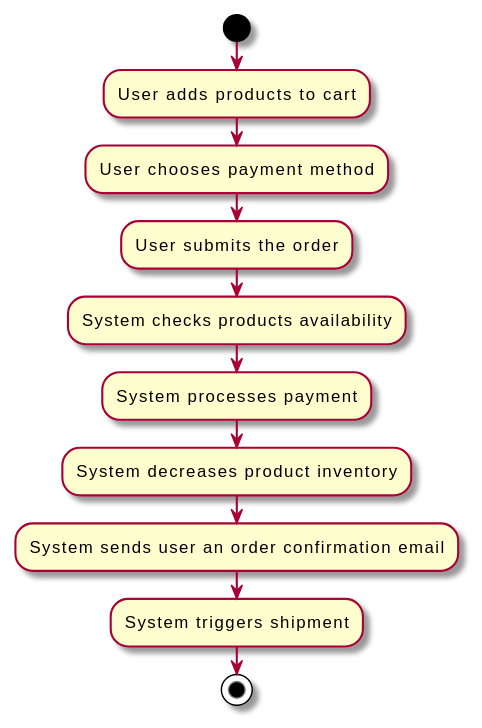
Before: public/images/posts/awesome-backend/happy-checkout-flow-chart.svg, a diagram exported from PlantUML (viniciusvasti/my-personal-website).
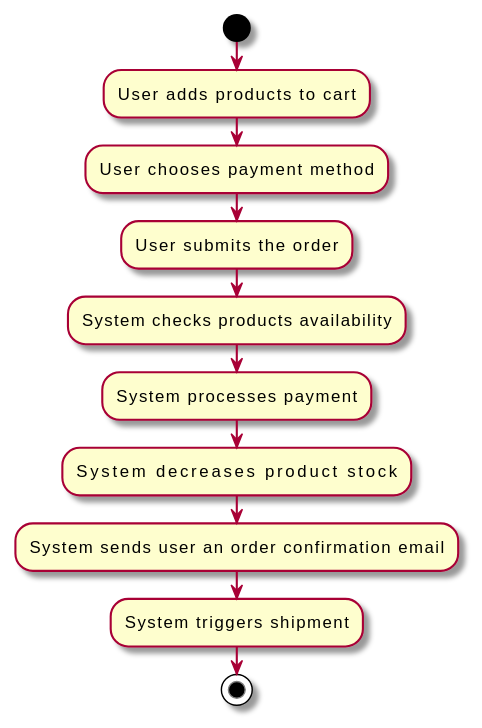
The same file after the commit.

Commit message:
Exchange Inventory -> Stock

The edit, as a diff of the source:
```diff
@@ -6,7 +6,7 @@
 :User submits the order;
 :System checks products availability;
 :System processes payment;
-:System decreases product inventory;
+:System decreases product stock;
 :System sends user an order confirmation email;
 :System triggers shipment;
 stop
```
